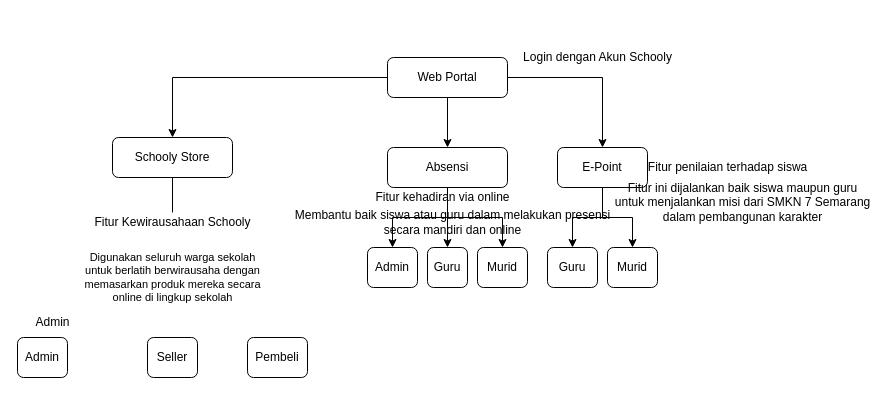
Earlier version of the draw.io diagram Diagram Alur Kerja.drawio (Bilnapis/chartschooly). Source tidied: cells renumbered, new cells numbered last; positions are measured from the earlier drawing's top-left corner, leaving out a move shared by most shapes. Both pictures are drawn from the tidied source at 100%, with x=0, y=0 at pixel (17, 47).
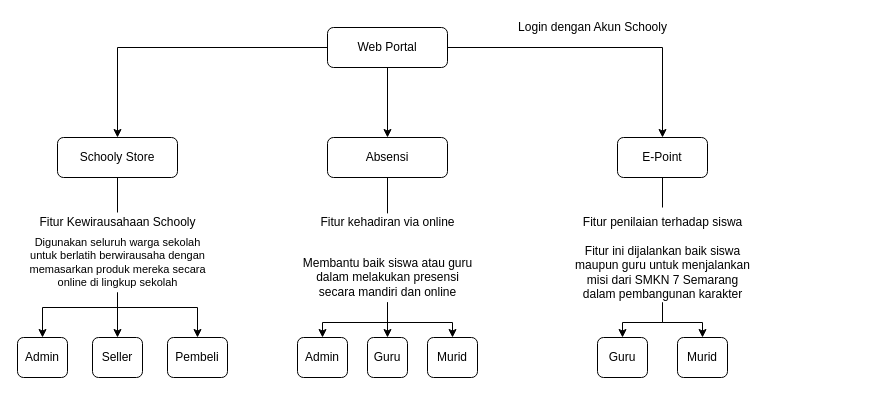
The same diagram, later.

Unchanged cells that the change refers to:
```xml
<mxCell id="16" value="Admin" style="rounded=1;whiteSpace=wrap;html=1;fontSize=12;glass=0;strokeWidth=1;shadow=0;" parent="1" vertex="1">
  <mxGeometry y="290" width="50" height="40" as="geometry" />
</mxCell>
```

Change to the diagram source:
```diff
@@
     <mxCell id="5" value="Web Portal" style="rounded=1;whiteSpace=wrap;html=1;fontSize=12;glass=0;strokeWidth=1;shadow=0;" parent="1" vertex="1">
-      <mxGeometry x="370" y="10" width="120" height="40" as="geometry" />
+      <mxGeometry x="310" y="-20" width="120" height="40" as="geometry" />
     </mxCell>
     <mxCell id="6" value="Schooly Store" style="rounded=1;whiteSpace=wrap;html=1;fontSize=12;glass=0;strokeWidth=1;shadow=0;" parent="1" vertex="1">
-      <mxGeometry x="95" y="90" width="120" height="40" as="geometry" />
+      <mxGeometry x="40" y="90" width="120" height="40" as="geometry" />
     </mxCell>
-    <mxCell id="7" style="edgeStyle=orthogonalEdgeStyle;rounded=0;jettySize=auto;html=1;exitX=0.5;exitY=1;exitDx=0;exitDy=0;entryX=0.5;entryY=0;entryDx=0;entryDy=0;" parent="1" edge="1" source="9" target="20">
-      <mxGeometry relative="1" as="geometry" />
-    </mxCell>
-    <mxCell id="8" style="edgeStyle=orthogonalEdgeStyle;rounded=0;jettySize=auto;html=1;exitX=0.5;exitY=1;exitDx=0;exitDy=0;" parent="1" edge="1" source="9" target="21">
-      <mxGeometry relative="1" as="geometry" />
-    </mxCell>
     <mxCell id="9" value="E-Point" style="rounded=1;whiteSpace=wrap;html=1;fontSize=12;glass=0;strokeWidth=1;shadow=0;" parent="1" vertex="1">
-      <mxGeometry x="540" y="100" width="90" height="40" as="geometry" />
+      <mxGeometry x="600" y="90" width="90" height="40" as="geometry" />
     </mxCell>
-    <mxCell id="10" style="edgeStyle=orthogonalEdgeStyle;rounded=0;jettySize=auto;html=1;exitX=0.5;exitY=1;exitDx=0;exitDy=0;entryX=0.5;entryY=0;entryDx=0;entryDy=0;" parent="1" edge="1" source="13" target="18">
-      <mxGeometry relative="1" as="geometry" />
-    </mxCell>
-    <mxCell id="11" style="edgeStyle=orthogonalEdgeStyle;rounded=0;jettySize=auto;html=1;exitX=0.5;exitY=1;exitDx=0;exitDy=0;" parent="1" edge="1" source="13" target="17">
-      <mxGeometry relative="1" as="geometry" />
-    </mxCell>
-    <mxCell id="12" style="edgeStyle=orthogonalEdgeStyle;rounded=0;jettySize=auto;html=1;exitX=0.5;exitY=1;exitDx=0;exitDy=0;entryX=0.5;entryY=0;entryDx=0;entryDy=0;" parent="1" edge="1" source="13" target="19">
-      <mxGeometry relative="1" as="geometry" />
-    </mxCell>
     <mxCell id="13" value="Absensi" style="rounded=1;whiteSpace=wrap;html=1;fontSize=12;glass=0;strokeWidth=1;shadow=0;" parent="1" vertex="1">
-      <mxGeometry x="370" y="100" width="120" height="40" as="geometry" />
+      <mxGeometry x="310" y="90" width="120" height="40" as="geometry" />
     </mxCell>
     <mxCell id="14" value="Seller" style="rounded=1;whiteSpace=wrap;html=1;fontSize=12;glass=0;strokeWidth=1;shadow=0;" parent="1" vertex="1">
-      <mxGeometry x="130" y="290" width="50" height="40" as="geometry" />
+      <mxGeometry x="75" y="290" width="50" height="40" as="geometry" />
     </mxCell>
     <mxCell id="15" value="Pembeli" style="rounded=1;whiteSpace=wrap;html=1;fontSize=12;glass=0;strokeWidth=1;shadow=0;" parent="1" vertex="1">
-      <mxGeometry x="230" y="290" width="60" height="40" as="geometry" />
+      <mxGeometry x="150" y="290" width="60" height="40" as="geometry" />
     </mxCell>
@@
     <mxCell id="17" value="Guru" style="rounded=1;whiteSpace=wrap;html=1;fontSize=12;glass=0;strokeWidth=1;shadow=0;" parent="1" vertex="1">
-      <mxGeometry x="410" y="200" width="40" height="40" as="geometry" />
+      <mxGeometry x="350" y="290" width="40" height="40" as="geometry" />
     </mxCell>
     <mxCell id="18" value="Admin" style="rounded=1;whiteSpace=wrap;html=1;fontSize=12;glass=0;strokeWidth=1;shadow=0;" parent="1" vertex="1">
-      <mxGeometry x="350" y="200" width="50" height="40" as="geometry" />
+      <mxGeometry x="280" y="290" width="50" height="40" as="geometry" />
     </mxCell>
     <mxCell id="19" value="Murid" style="rounded=1;whiteSpace=wrap;html=1;fontSize=12;glass=0;strokeWidth=1;shadow=0;" parent="1" vertex="1">
-      <mxGeometry x="460" y="200" width="50" height="40" as="geometry" />
+      <mxGeometry x="410" y="290" width="50" height="40" as="geometry" />
     </mxCell>
     <mxCell id="20" value="Guru" style="rounded=1;whiteSpace=wrap;html=1;fontSize=12;glass=0;strokeWidth=1;shadow=0;" parent="1" vertex="1">
-      <mxGeometry x="530" y="200" width="50" height="40" as="geometry" />
+      <mxGeometry x="580" y="290" width="50" height="40" as="geometry" />
     </mxCell>
     <mxCell id="21" value="Murid" style="rounded=1;whiteSpace=wrap;html=1;fontSize=12;glass=0;strokeWidth=1;shadow=0;" parent="1" vertex="1">
-      <mxGeometry x="590" y="200" width="50" height="40" as="geometry" />
+      <mxGeometry x="660" y="290" width="50" height="40" as="geometry" />
     </mxCell>
     <mxCell id="22" value="Login dengan Akun Schooly " style="text;html=1;align=center;verticalAlign=middle;strokeColor=none;" parent="1" vertex="1">
-      <mxGeometry x="500" width="160" height="20" as="geometry" />
+      <mxGeometry x="495" y="-30" width="160" height="20" as="geometry" />
     </mxCell>
     <mxCell id="23" value="Fitur Kewirausahaan Schooly" style="text;html=1;align=center;verticalAlign=middle;points=[];strokeColor=none;" parent="1" vertex="1">
-      <mxGeometry x="70" y="165" width="170" height="20" as="geometry" />
+      <mxGeometry x="15" y="165" width="170" height="20" as="geometry" />
     </mxCell>
     <mxCell id="24" value="Fitur kehadiran via online" style="text;html=1;align=center;verticalAlign=middle;points=[];strokeColor=none;" parent="1" vertex="1">
-      <mxGeometry x="355" y="140" width="140" height="20" as="geometry" />
+      <mxGeometry x="300" y="165" width="140" height="20" as="geometry" />
     </mxCell>
     <mxCell id="25" value="Fitur penilaian terhadap siswa" style="text;html=1;align=center;verticalAlign=middle;strokeColor=none;" parent="1" vertex="1">
-      <mxGeometry x="625" y="110" width="170" height="20" as="geometry" />
+      <mxGeometry x="560" y="165" width="170" height="20" as="geometry" />
     </mxCell>
+    <mxCell id="31" style="edgeStyle=orthogonalEdgeStyle;rounded=0;jettySize=auto;html=1;entryX=0.5;entryY=0;entryDx=0;entryDy=0;" parent="1" edge="1" source="26" target="20">
+      <mxGeometry relative="1" as="geometry" />
+    </mxCell>
+    <mxCell id="32" style="edgeStyle=orthogonalEdgeStyle;rounded=0;jettySize=auto;html=1;entryX=0.5;entryY=0;entryDx=0;entryDy=0;" parent="1" edge="1" source="26" target="21">
+      <mxGeometry relative="1" as="geometry" />
+    </mxCell>
-    <mxCell id="26" value="&lt;div&gt;Fitur ini dijalankan baik siswa maupun guru&lt;/div&gt;&lt;div&gt;untuk menjalankan misi dari SMKN 7 Semarang &lt;br&gt;&lt;/div&gt;&lt;div&gt;dalam pembangunan karakter&lt;br&gt;&lt;/div&gt;" style="text;html=1;align=center;verticalAlign=middle;points=[];strokeColor=none;" parent="1" vertex="1">
-      <mxGeometry x="595" y="130" width="260" height="50" as="geometry" />
+    <mxCell id="26" value="&lt;div&gt;Fitur ini dijalankan baik siswa&lt;/div&gt;&lt;div&gt;maupun guru&amp;nbsp;&lt;span&gt;untuk menjalankan&lt;/span&gt;&lt;/div&gt;&lt;div&gt;&lt;span&gt;misi dari&amp;nbsp;&lt;/span&gt;&lt;span&gt;SMKN 7 Semarang&lt;/span&gt;&lt;/div&gt;&lt;div&gt;dalam pembangunan karakter&lt;br&gt;&lt;/div&gt;" style="text;html=1;align=center;verticalAlign=middle;points=[];strokeColor=none;" parent="1" vertex="1">
+      <mxGeometry x="550" y="195" width="190" height="60" as="geometry" />
     </mxCell>
+    <mxCell id="33" style="edgeStyle=orthogonalEdgeStyle;rounded=0;jettySize=auto;html=1;entryX=0.5;entryY=0;entryDx=0;entryDy=0;" parent="1" edge="1" source="27" target="18">
+      <mxGeometry relative="1" as="geometry" />
+    </mxCell>
+    <mxCell id="34" style="edgeStyle=orthogonalEdgeStyle;rounded=0;jettySize=auto;html=1;entryX=0.5;entryY=0;entryDx=0;entryDy=0;" parent="1" edge="1" source="27" target="17">
+      <mxGeometry relative="1" as="geometry" />
+    </mxCell>
+    <mxCell id="35" style="edgeStyle=orthogonalEdgeStyle;rounded=0;jettySize=auto;html=1;entryX=0.5;entryY=0;entryDx=0;entryDy=0;" parent="1" edge="1" source="27" target="19">
+      <mxGeometry relative="1" as="geometry" />
+    </mxCell>
-    <mxCell id="27" value="&lt;div&gt;Membantu baik siswa atau guru dalam melakukan presensi&lt;/div&gt;&lt;div&gt;secara mandiri dan online&lt;br&gt;&lt;/div&gt;" style="text;html=1;align=center;verticalAlign=middle;points=[];strokeColor=none;" parent="1" vertex="1">
-      <mxGeometry x="275" y="160" width="320" height="30" as="geometry" />
+    <mxCell id="27" value="&lt;div&gt;Membantu baik siswa atau guru&lt;/div&gt;&lt;div&gt;dalam melakukan presensi&lt;/div&gt;&lt;div&gt;secara mandiri dan online&lt;br&gt;&lt;/div&gt;" style="text;html=1;align=center;verticalAlign=middle;points=[];strokeColor=none;" parent="1" vertex="1">
+      <mxGeometry x="280" y="205" width="180" height="50" as="geometry" />
     </mxCell>
+    <mxCell id="36" style="edgeStyle=orthogonalEdgeStyle;rounded=0;jettySize=auto;html=1;entryX=0.5;entryY=0;entryDx=0;entryDy=0;" parent="1" edge="1" source="28" target="16">
+      <mxGeometry relative="1" as="geometry">
+        <Array as="points">
+          <mxPoint x="100" y="260" />
+          <mxPoint x="25" y="260" />
+        </Array>
+      </mxGeometry>
+    </mxCell>
+    <mxCell id="37" style="edgeStyle=orthogonalEdgeStyle;rounded=0;jettySize=auto;html=1;entryX=0.5;entryY=0;entryDx=0;entryDy=0;" parent="1" edge="1" source="28" target="15">
+      <mxGeometry relative="1" as="geometry">
+        <Array as="points">
+          <mxPoint x="100" y="260" />
+          <mxPoint x="180" y="260" />
+        </Array>
+      </mxGeometry>
+    </mxCell>
     <mxCell id="28" value="&lt;div style=&quot;font-size: 11px&quot;&gt;&lt;font style=&quot;font-size: 11px&quot;&gt;Digunakan seluruh warga sekolah &lt;br&gt;&lt;/font&gt;&lt;/div&gt;&lt;div style=&quot;font-size: 11px&quot;&gt;&lt;font style=&quot;font-size: 11px&quot;&gt;untuk berlatih berwirausaha dengan &lt;br&gt;&lt;/font&gt;&lt;/div&gt;&lt;div style=&quot;font-size: 11px&quot;&gt;&lt;font style=&quot;font-size: 11px&quot;&gt;memasarkan produk mereka secara &lt;br&gt;&lt;/font&gt;&lt;/div&gt;&lt;div style=&quot;font-size: 11px&quot;&gt;&lt;font style=&quot;font-size: 11px&quot;&gt;online di lingkup sekolah&lt;br&gt;&lt;/font&gt;&lt;/div&gt;" style="text;html=1;align=center;verticalAlign=middle;points=[];strokeColor=none;" parent="1" vertex="1">
-      <mxGeometry x="55" y="200" width="200" height="60" as="geometry" />
+      <mxGeometry y="185" width="200" height="60" as="geometry" />
     </mxCell>
-    <mxCell id="29" value="Admin" style="text;html=1;align=center;verticalAlign=middle;strokeColor=none;" parent="1" vertex="1">
-      <mxGeometry x="10" y="265" width="50" height="20" as="geometry" />
-    </mxCell>
@@
+    <mxCell id="38" style="endArrow=none;html=1;exitX=0.5;exitY=0.044;exitDx=0;exitDy=0;exitPerimeter=0;entryX=0.5;entryY=1;entryDx=0;entryDy=0;" parent="1" edge="1" source="24" target="13">
+      <mxGeometry relative="1" as="geometry" />
+    </mxCell>
+    <mxCell id="39" style="endArrow=none;html=1;entryX=0.5;entryY=1;entryDx=0;entryDy=0;" parent="1" edge="1" target="9">
+      <mxGeometry relative="1" as="geometry">
+        <mxPoint x="645" y="160" as="sourcePoint" />
+      </mxGeometry>
+    </mxCell>
+    <mxCell id="40" style="endArrow=classic;html=1;entryX=0.5;entryY=0;entryDx=0;entryDy=0;" parent="1" edge="1" target="14">
+      <mxGeometry relative="1" as="geometry">
+        <mxPoint x="100" y="260" as="sourcePoint" />
+      </mxGeometry>
+    </mxCell>
```
